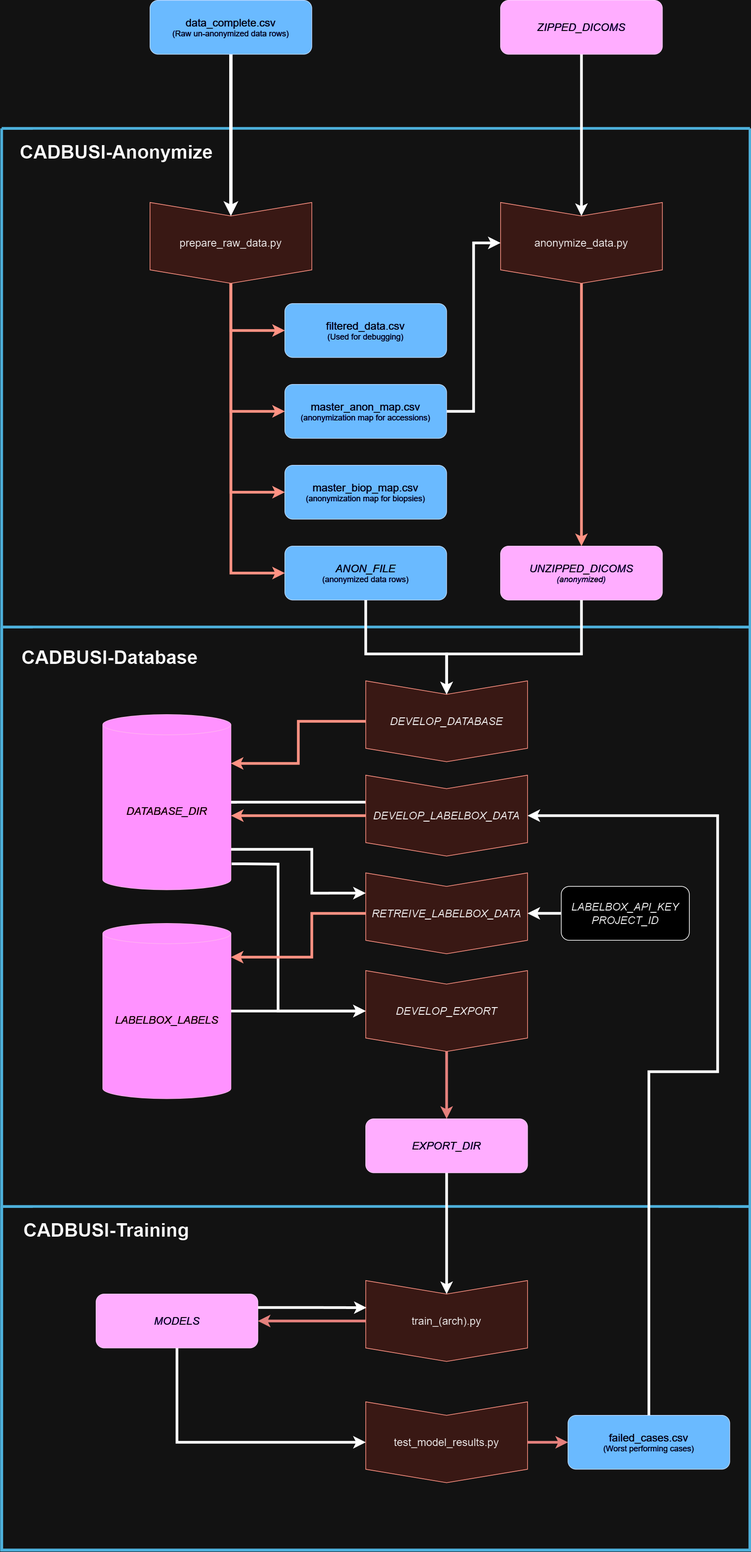
Before: pipeline/CADBUSI-Pipeline.png, a diagram exported from draw.io (Poofy1/CADBUSI-Database). Source tidied: cells renumbered, new cells last; positions are measured from the earlier drawing's top-left corner, leaving out a move shared by most shapes.
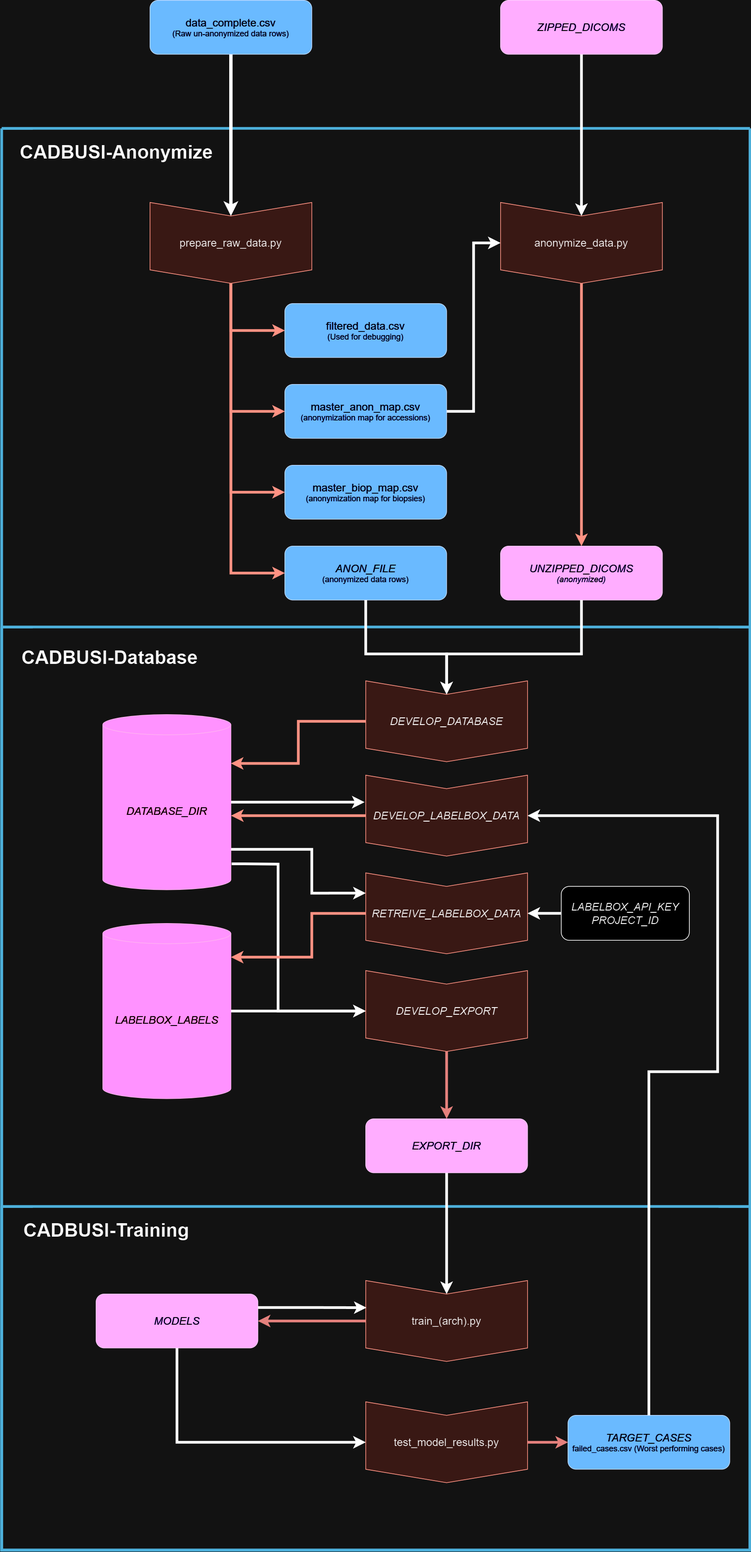
Above is the later version.

Commit message:
Added TARGET_CASES

Change to the diagram source:
```diff
@@ -84,10 +84,8 @@
     <mxCell id="25" value="&lt;font style=&quot;font-size: 16px;&quot;&gt;&lt;i&gt;DEVELOP_DATABASE&lt;/i&gt;&lt;/font&gt;" style="shape=step;perimeter=stepPerimeter;whiteSpace=wrap;html=1;fixedSize=1;direction=south;fillColor=#fad9d5;strokeColor=#ae4132;" parent="17" vertex="1">
       <mxGeometry x="540" y="80" width="240" height="120" as="geometry" />
     </mxCell>
-    <mxCell id="26" style="edgeStyle=orthogonalEdgeStyle;rounded=0;jettySize=auto;html=1;strokeWidth=4;" parent="17" edge="1" source="29">
-      <mxGeometry relative="1" as="geometry">
-        <mxPoint x="560" y="260" as="targetPoint" />
-      </mxGeometry>
+    <mxCell id="26" style="edgeStyle=orthogonalEdgeStyle;rounded=0;jettySize=auto;html=1;strokeWidth=4;exitX=1;exitY=0.5;exitDx=0;exitDy=0;exitPerimeter=0;entryX=0.333;entryY=1.007;entryDx=0;entryDy=0;entryPerimeter=0;" parent="17" edge="1" source="29" target="31">
+      <mxGeometry relative="1" as="geometry" />
     </mxCell>
     <mxCell id="27" style="edgeStyle=orthogonalEdgeStyle;rounded=0;jettySize=auto;html=1;entryX=0.25;entryY=1;entryDx=0;entryDy=0;strokeWidth=4;" parent="17" edge="1" source="29" target="35">
       <mxGeometry relative="1" as="geometry">
@@ -188,7 +186,7 @@
     <mxCell id="49" value="&lt;font style=&quot;font-size: 16px;&quot;&gt;test_model_results.py&lt;br&gt;&lt;/font&gt;" style="shape=step;perimeter=stepPerimeter;whiteSpace=wrap;html=1;fixedSize=1;direction=south;fillColor=#fad9d5;strokeColor=#ae4132;" parent="37" vertex="1">
       <mxGeometry x="540" y="290" width="240" height="120" as="geometry" />
     </mxCell>
-    <mxCell id="50" value="&lt;font style=&quot;font-size: 16px;&quot;&gt;failed_cases.csv&lt;/font&gt;&lt;br style=&quot;border-color: var(--border-color);&quot;&gt;(Worst performing cases)" style="rounded=1;whiteSpace=wrap;html=1;fillColor=#0050ef;fontColor=#ffffff;strokeColor=#001DBC;" parent="37" vertex="1">
+    <mxCell id="50" value="&lt;font style=&quot;font-size: 16px;&quot;&gt;&lt;i&gt;TARGET_CASES&lt;/i&gt;&lt;/font&gt;&lt;br style=&quot;border-color: var(--border-color);&quot;&gt;failed_cases.csv (Worst performing cases)" style="rounded=1;whiteSpace=wrap;html=1;fillColor=#0050ef;fontColor=#ffffff;strokeColor=#001DBC;" parent="37" vertex="1">
       <mxGeometry x="840" y="310" width="240" height="80" as="geometry" />
     </mxCell>
     <mxCell id="51" style="edgeStyle=orthogonalEdgeStyle;rounded=0;jettySize=auto;html=1;entryX=0;entryY=0.5;entryDx=0;entryDy=0;fillColor=#f8cecc;strokeColor=#b85450;strokeWidth=4;" parent="37" edge="1" source="49" target="50">
```
